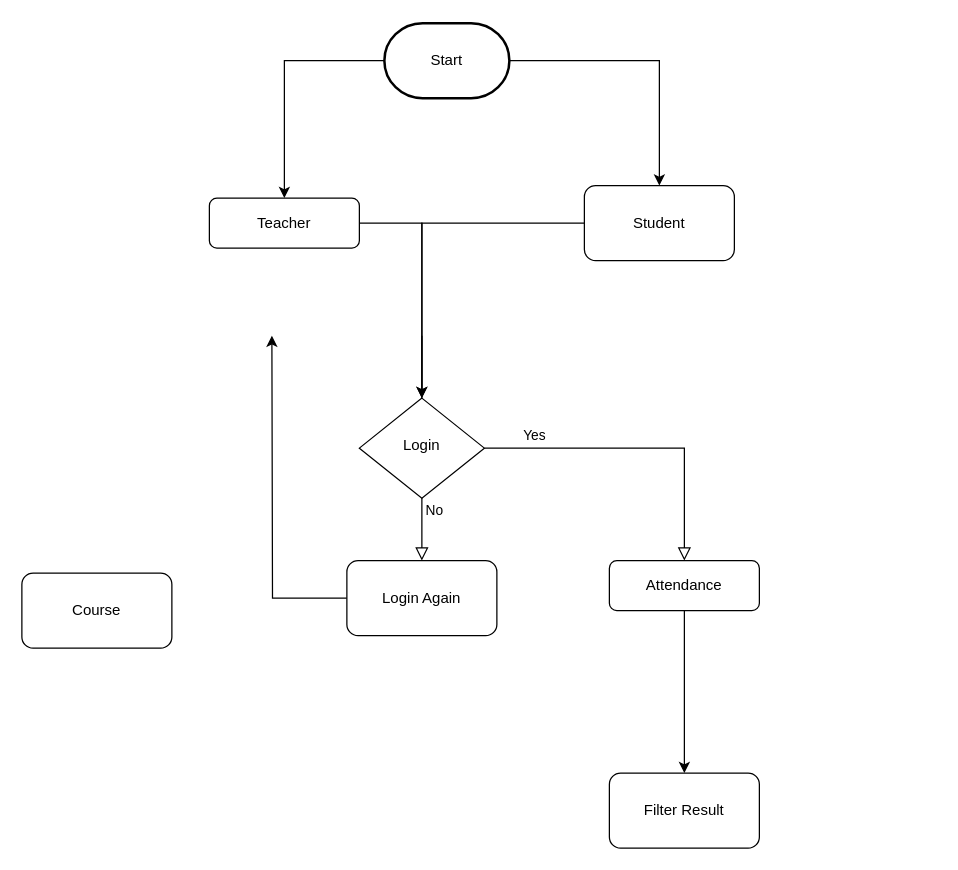
Before: Flowchat.drawio in KhunMaungNgwee/InternShipProject, a draw.io diagram. Source tidied: cells renumbered, new cells numbered last; positions are measured from the earlier drawing's top-left corner, leaving out a move shared by most shapes. Both pictures are drawn from the tidied source at 125%, with x=0, y=0 at pixel (21, 22).
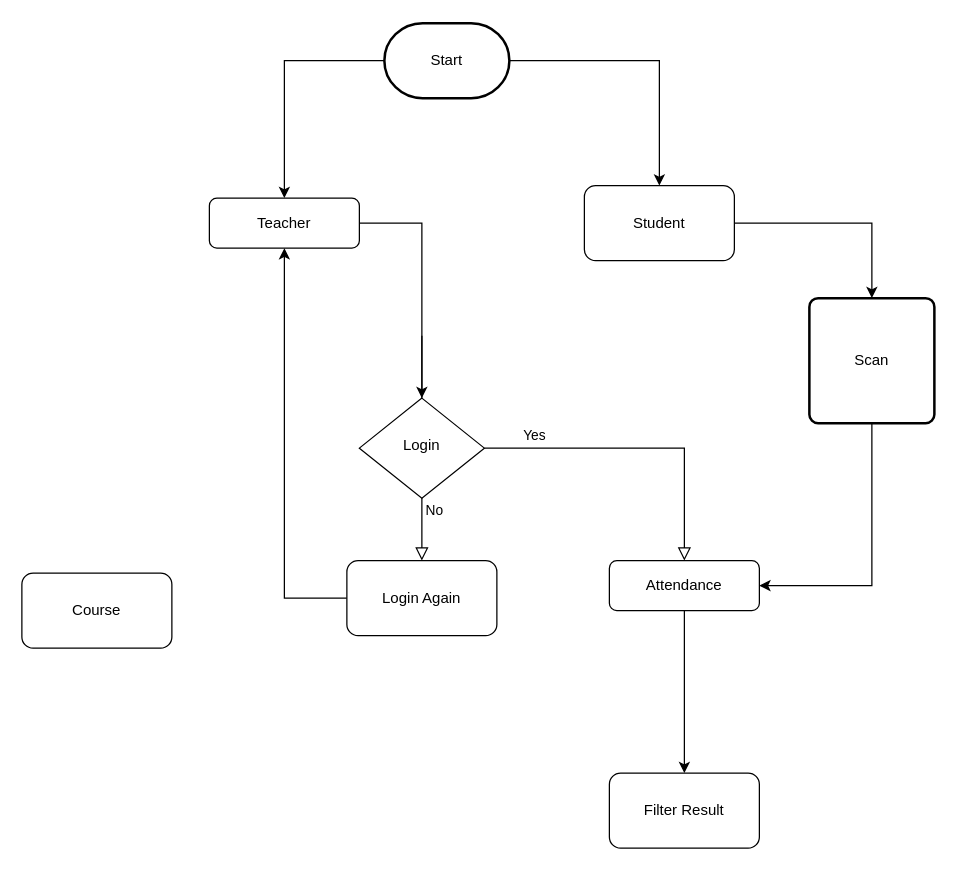
The same diagram, later.

Unchanged cells that the change refers to:
```xml
<mxCell id="3" value="Teacher" style="rounded=1;whiteSpace=wrap;html=1;fontSize=12;glass=0;strokeWidth=1;shadow=0;" parent="1" vertex="1">
  <mxGeometry x="150" y="140" width="120" height="40" as="geometry" />
</mxCell>
<mxCell id="6" value="Login" style="rhombus;whiteSpace=wrap;html=1;shadow=0;fontFamily=Helvetica;fontSize=12;align=center;strokeWidth=1;spacing=6;spacingTop=-4;" parent="1" vertex="1">
  <mxGeometry x="270" y="300" width="100" height="80" as="geometry" />
</mxCell>
<mxCell id="8" value="&lt;div&gt;Attendance&lt;/div&gt;" style="rounded=1;whiteSpace=wrap;html=1;fontSize=12;glass=0;strokeWidth=1;shadow=0;" parent="1" vertex="1">
  <mxGeometry x="470" y="430" width="120" height="40" as="geometry" />
</mxCell>
<mxCell id="10" value="Login Again" style="rounded=1;whiteSpace=wrap;html=1;" parent="1" vertex="1">
  <mxGeometry x="260" y="430" width="120" height="60" as="geometry" />
</mxCell>
<mxCell id="12" value="Student" style="rounded=1;whiteSpace=wrap;html=1;" parent="1" vertex="1">
  <mxGeometry x="450" y="130" width="120" height="60" as="geometry" />
</mxCell>
```

Diff of the diagram source:
```diff
@@
-    <mxCell id="9" style="edgeStyle=orthogonalEdgeStyle;rounded=0;jettySize=auto;html=1;exitX=0;exitY=0.5;exitDx=0;exitDy=0;" parent="1" edge="1" source="10">
-      <mxGeometry relative="1" as="geometry">
-        <mxPoint x="200" y="250" as="targetPoint" />
-      </mxGeometry>
-    </mxCell>
+    <mxCell id="18" style="edgeStyle=orthogonalEdgeStyle;rounded=0;jettySize=auto;html=1;exitX=0;exitY=0.5;exitDx=0;exitDy=0;entryX=0.5;entryY=1;entryDx=0;entryDy=0;" parent="1" edge="1" source="10" target="3">
+      <mxGeometry relative="1" as="geometry" />
+    </mxCell>
@@
-    <mxCell id="11" style="edgeStyle=orthogonalEdgeStyle;rounded=0;jettySize=auto;html=1;entryX=0.5;entryY=0;entryDx=0;entryDy=0;" parent="1" edge="1" source="12" target="6">
-      <mxGeometry relative="1" as="geometry" />
-    </mxCell>
+    <mxCell id="19" style="edgeStyle=orthogonalEdgeStyle;rounded=0;jettySize=auto;html=1;exitX=1;exitY=0.5;exitDx=0;exitDy=0;entryX=0.5;entryY=0;entryDx=0;entryDy=0;" parent="1" edge="1" source="12" target="21">
+      <mxGeometry relative="1" as="geometry" />
+    </mxCell>
@@
+    <mxCell id="20" style="edgeStyle=orthogonalEdgeStyle;rounded=0;jettySize=auto;html=1;exitX=0.5;exitY=1;exitDx=0;exitDy=0;entryX=1;entryY=0.5;entryDx=0;entryDy=0;" parent="1" edge="1" source="21" target="8">
+      <mxGeometry relative="1" as="geometry" />
+    </mxCell>
+    <mxCell id="21" value="Scan" style="rounded=1;whiteSpace=wrap;html=1;absoluteArcSize=1;arcSize=14;strokeWidth=2;" parent="1" vertex="1">
+      <mxGeometry x="630" y="220" width="100" height="100" as="geometry" />
+    </mxCell>
```
